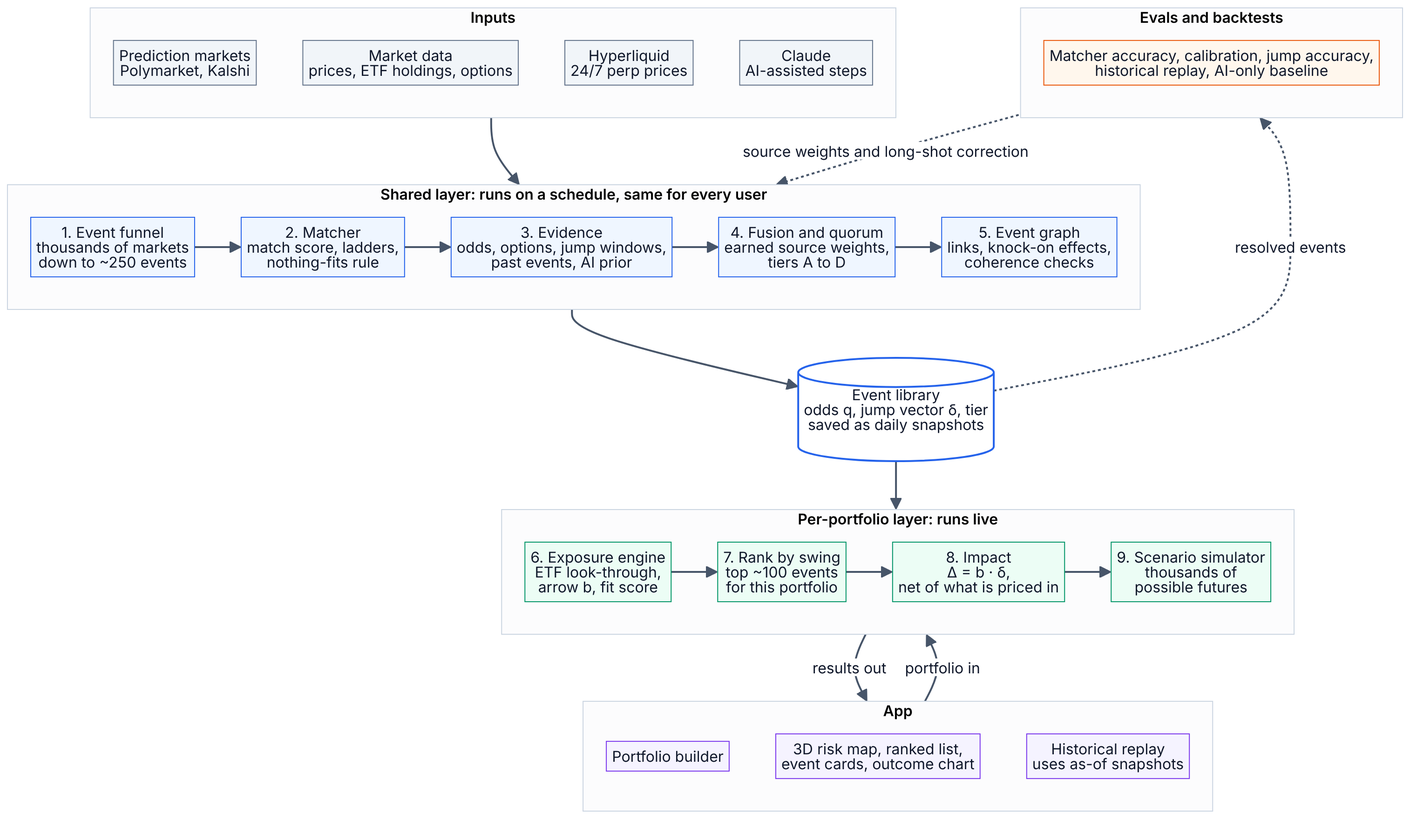
Earlier version of the Mermaid export docs/diagrams/architecture.png (JustGooogleIt/TheRedKeep). Its source is kept beside it as docs/diagrams/architecture.mmd.
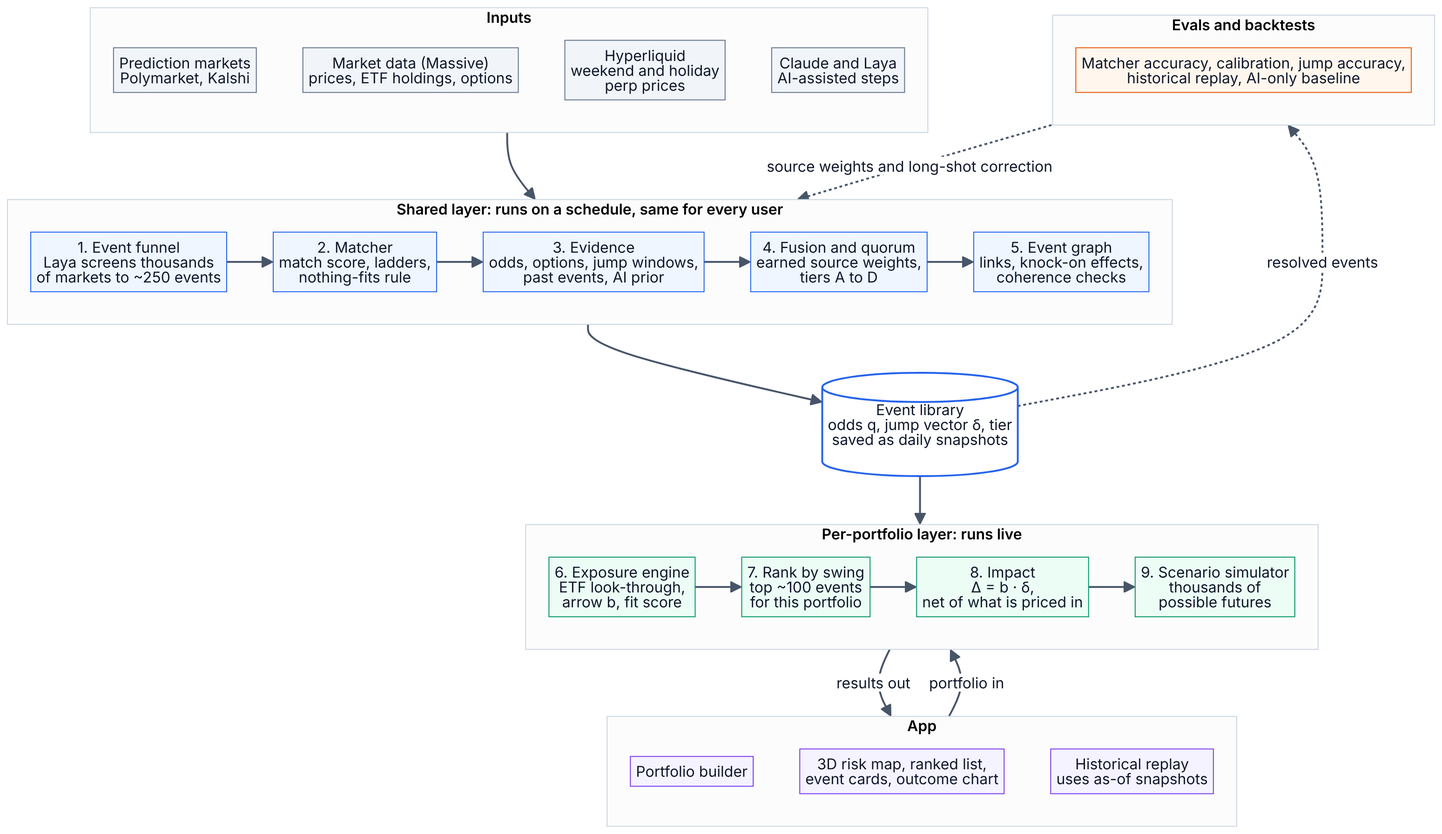
The same diagram one commit later.

What changed in the source:
```diff
@@ -8,12 +8,12 @@
 
   subgraph INPUTS["Inputs"]
     direction LR
-    PM["Prediction markets<br/>Polymarket, Kalshi"] ~~~ MKT["Market data<br/>prices, ETF holdings, options"] ~~~ HL["Hyperliquid<br/>24/7 perp prices"] ~~~ CL["Claude<br/>AI-assisted steps"]
+    PM["Prediction markets<br/>Polymarket, Kalshi"] ~~~ MKT["Market data (Massive)<br/>prices, ETF holdings, options"] ~~~ HL["Hyperliquid<br/>weekend and holiday<br/>perp prices"] ~~~ CL["Claude and Laya<br/>AI-assisted steps"]
   end
 
   subgraph SHARED["Shared layer: runs on a schedule, same for every user"]
     direction LR
-    FUN["1. Event funnel<br/>thousands of markets<br/>down to ~250 events"] --> MAT["2. Matcher<br/>match score, ladders,<br/>nothing-fits rule"] --> EVI["3. Evidence<br/>odds, options, jump windows,<br/>past events, AI prior"] --> FUS["4. Fusion and quorum<br/>earned source weights,<br/>tiers A to D"] --> GRA["5. Event graph<br/>links, knock-on effects,<br/>coherence checks"]
+    FUN["1. Event funnel<br/>Laya screens thousands<br/>of markets to ~250 events"] --> MAT["2. Matcher<br/>match score, ladders,<br/>nothing-fits rule"] --> EVI["3. Evidence<br/>odds, options, jump windows,<br/>past events, AI prior"] --> FUS["4. Fusion and quorum<br/>earned source weights,<br/>tiers A to D"] --> GRA["5. Event graph<br/>links, knock-on effects,<br/>coherence checks"]
   end
 
   LIB[("Event library<br/>odds q, jump vector δ, tier<br/>saved as daily snapshots")]
```
